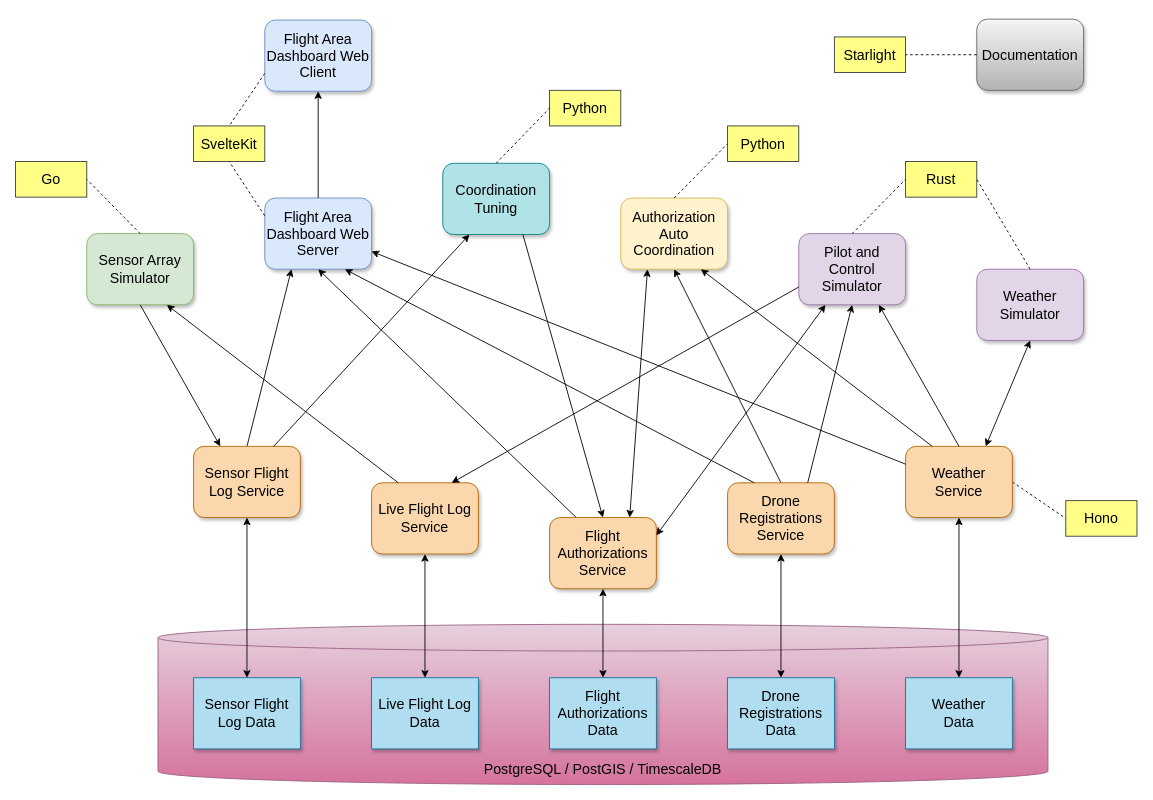
martin-nordberg/utmimic keeps this draw.io diagram as page "Overview" (2 of 3) of documentation/_diagrams/utmimic-architecture.drawio. Above is the earlier version. Source tidied: cells renumbered, new cells numbered last; positions are measured from the earlier drawing's top-left corner, leaving out a move shared by most shapes. Both pictures are drawn from the tidied source at 89%, with x=0, y=0 at pixel (15, 19).
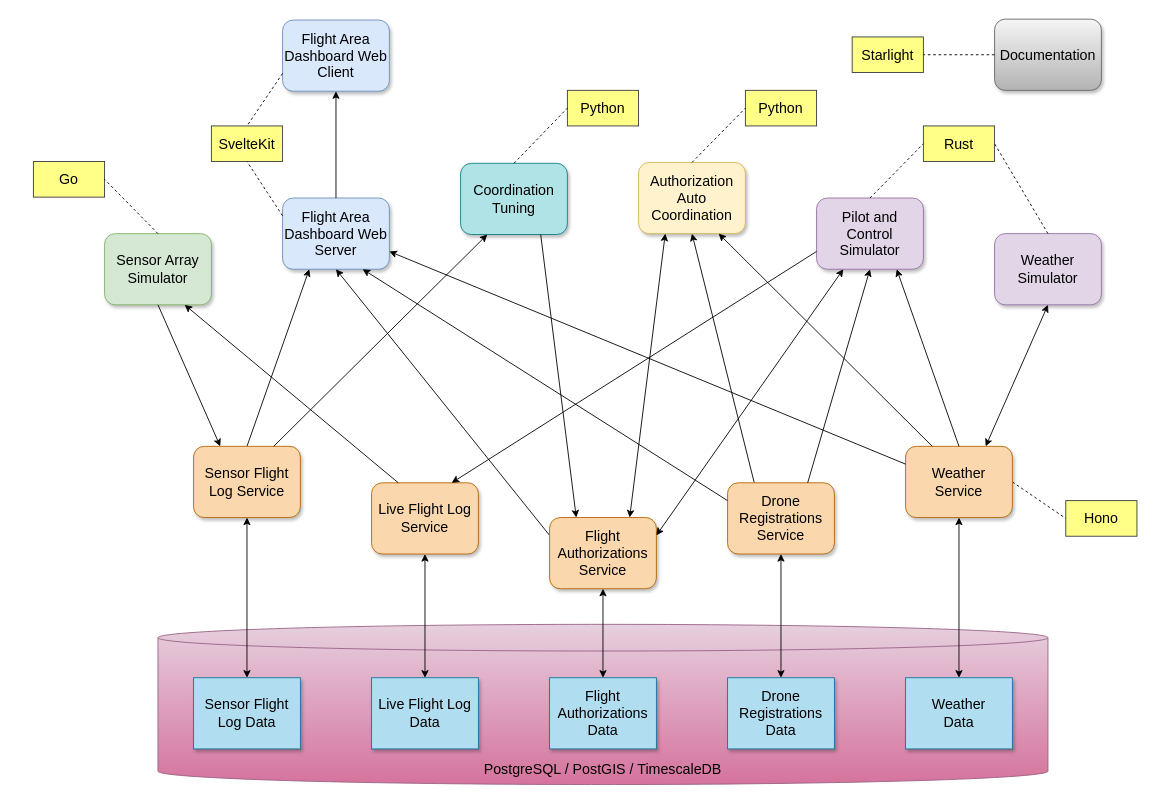
The same page after the edit.

Commit message (it also covers changes not shown here):
Revised overview drawing such that Coordination Tuning depends on web services only.

Unchanged cells that the change refers to:
```xml
<mxCell id="19" value="Flight Authorizations Service" style="rounded=1;whiteSpace=wrap;html=1;fontSize=16;fillColor=#fad7ac;strokeColor=#b46504;glass=0;shadow=1;" parent="1" vertex="1">
  <mxGeometry x="600" y="560" width="120" height="80" as="geometry" />
</mxCell>
<mxCell id="43" value="Drone Registrations Service" style="rounded=1;whiteSpace=wrap;html=1;fontSize=16;fillColor=#fad7ac;strokeColor=#b46504;glass=0;shadow=1;" parent="1" vertex="1">
  <mxGeometry x="800" y="521" width="120" height="80" as="geometry" />
</mxCell>
```

The edit, as a diff of the source:
```diff
@@
-    <mxCell id="2" style="endArrow=classic;html=1;rounded=1;exitX=0.5;exitY=0;exitDx=0;exitDy=0;entryX=0.5;entryY=1;entryDx=0;entryDy=0;curved=0;" parent="1" edge="1" source="43" target="8">
+    <mxCell id="2" style="endArrow=classic;html=1;rounded=1;exitX=0.25;exitY=0;exitDx=0;exitDy=0;entryX=0.5;entryY=1;entryDx=0;entryDy=0;curved=0;" parent="1" edge="1" source="43" target="8">
       <mxGeometry relative="1" as="geometry" />
     </mxCell>
     <mxCell id="3" value="Flight Area Dashboard Web&lt;div&gt;Server&lt;/div&gt;" style="rounded=1;whiteSpace=wrap;html=1;fontSize=16;fillColor=#dae8fc;strokeColor=#6c8ebf;shadow=1;" parent="1" vertex="1">
-      <mxGeometry x="280" y="201" width="120" height="80" as="geometry" />
+      <mxGeometry x="300" y="201" width="120" height="80" as="geometry" />
     </mxCell>
@@
     <mxCell id="8" value="Authorization Auto Coordination" style="rounded=1;whiteSpace=wrap;html=1;fontSize=16;fillColor=#fff2cc;strokeColor=#d6b656;shadow=1;" parent="1" vertex="1">
-      <mxGeometry x="680" y="201" width="120" height="80" as="geometry" />
+      <mxGeometry x="700" y="161" width="120" height="80" as="geometry" />
     </mxCell>
@@
     <mxCell id="11" value="Coordination Tuning" style="rounded=1;whiteSpace=wrap;html=1;fontSize=16;fillColor=#b0e3e6;strokeColor=#0e8088;shadow=1;" parent="1" vertex="1">
-      <mxGeometry x="480" y="162" width="120" height="80" as="geometry" />
+      <mxGeometry x="500" y="162" width="120" height="80" as="geometry" />
     </mxCell>
     <mxCell id="12" value="Flight Area Dashboard Web Client" style="rounded=1;whiteSpace=wrap;html=1;fontSize=16;fillColor=#dae8fc;strokeColor=#6c8ebf;shadow=1;" parent="1" vertex="1">
-      <mxGeometry x="280" y="1" width="120" height="80" as="geometry" />
+      <mxGeometry x="300" y="1" width="120" height="80" as="geometry" />
     </mxCell>
@@
-    <mxCell id="14" style="endArrow=classic;html=1;rounded=1;exitX=0.25;exitY=0;exitDx=0;exitDy=0;entryX=0.5;entryY=1;entryDx=0;entryDy=0;curved=0;" parent="1" edge="1" source="19" target="3">
+    <mxCell id="14" style="endArrow=classic;html=1;rounded=1;exitX=0;exitY=0.25;exitDx=0;exitDy=0;entryX=0.5;entryY=1;entryDx=0;entryDy=0;curved=0;" parent="1" edge="1" source="19" target="3">
       <mxGeometry relative="1" as="geometry" />
     </mxCell>
@@
     <mxCell id="21" value="Sensor Array Simulator" style="rounded=1;whiteSpace=wrap;html=1;fontSize=16;fillColor=#d5e8d4;strokeColor=#82b366;shadow=1;" parent="1" vertex="1">
-      <mxGeometry x="80" y="241" width="120" height="80" as="geometry" />
+      <mxGeometry x="100" y="241" width="120" height="80" as="geometry" />
     </mxCell>
@@
     <mxCell id="24" value="Pilot and Control Simulator" style="rounded=1;whiteSpace=wrap;html=1;fontSize=16;fillColor=#e1d5e7;strokeColor=#9673a6;shadow=1;" parent="1" vertex="1">
-      <mxGeometry x="880" y="241" width="120" height="80" as="geometry" />
+      <mxGeometry x="900" y="201" width="120" height="80" as="geometry" />
     </mxCell>
@@
     <mxCell id="28" value="SvelteKit" style="rounded=0;whiteSpace=wrap;html=1;fontSize=16;fillColor=#ffff88;strokeColor=#36393d;" parent="1" vertex="1">
-      <mxGeometry x="200" y="120" width="80" height="40" as="geometry" />
+      <mxGeometry x="220" y="120" width="80" height="40" as="geometry" />
     </mxCell>
@@
     <mxCell id="30" value="Python" style="rounded=0;whiteSpace=wrap;html=1;fontSize=16;fillColor=#ffff88;strokeColor=#36393d;" parent="1" vertex="1">
-      <mxGeometry x="600" y="80" width="80" height="40" as="geometry" />
+      <mxGeometry x="620" y="80" width="80" height="40" as="geometry" />
     </mxCell>
@@
     <mxCell id="32" value="Python" style="rounded=0;whiteSpace=wrap;html=1;fontSize=16;fillColor=#ffff88;strokeColor=#36393d;" parent="1" vertex="1">
-      <mxGeometry x="800" y="120" width="80" height="40" as="geometry" />
+      <mxGeometry x="820" y="80" width="80" height="40" as="geometry" />
     </mxCell>
@@
     <mxCell id="36" value="Go" style="rounded=0;whiteSpace=wrap;html=1;fontSize=16;fillColor=#ffff88;strokeColor=#36393d;" parent="1" vertex="1">
-      <mxGeometry y="160" width="80" height="40" as="geometry" />
+      <mxGeometry x="20" y="160" width="80" height="40" as="geometry" />
     </mxCell>
@@
     <mxCell id="38" value="Documentation" style="rounded=1;whiteSpace=wrap;html=1;fontSize=16;fillColor=#f5f5f5;strokeColor=#666666;shadow=1;gradientColor=#b3b3b3;" parent="1" vertex="1">
-      <mxGeometry x="1080" width="120" height="80" as="geometry" />
+      <mxGeometry x="1100" width="120" height="80" as="geometry" />
     </mxCell>
     <mxCell id="39" value="Starlight" style="rounded=0;whiteSpace=wrap;html=1;fontSize=16;fillColor=#ffff88;strokeColor=#36393d;" parent="1" vertex="1">
-      <mxGeometry x="920" y="20" width="80" height="40" as="geometry" />
+      <mxGeometry x="940" y="20" width="80" height="40" as="geometry" />
     </mxCell>
@@
     <mxCell id="48" value="Weather Simulator" style="rounded=1;whiteSpace=wrap;html=1;fontSize=16;fillColor=#e1d5e7;strokeColor=#9673a6;shadow=1;" parent="1" vertex="1">
-      <mxGeometry x="1080" y="281" width="120" height="80" as="geometry" />
+      <mxGeometry x="1100" y="241" width="120" height="80" as="geometry" />
     </mxCell>
@@
     <mxCell id="52" value="Rust" style="rounded=0;whiteSpace=wrap;html=1;fontSize=16;fillColor=#ffff88;strokeColor=#36393d;" parent="1" vertex="1">
-      <mxGeometry x="1000" y="160" width="80" height="40" as="geometry" />
+      <mxGeometry x="1020" y="120" width="80" height="40" as="geometry" />
     </mxCell>
@@
-    <mxCell id="54" style="endArrow=classic;html=1;rounded=1;exitX=0.25;exitY=0;exitDx=0;exitDy=0;entryX=0.75;entryY=1;entryDx=0;entryDy=0;curved=0;" parent="1" edge="1" source="43" target="3">
+    <mxCell id="54" style="endArrow=classic;html=1;rounded=1;exitX=0;exitY=0.25;exitDx=0;exitDy=0;entryX=0.75;entryY=1;entryDx=0;entryDy=0;curved=0;" parent="1" edge="1" source="43" target="3">
       <mxGeometry relative="1" as="geometry" />
     </mxCell>
@@
-    <mxCell id="58" style="endArrow=classic;html=1;rounded=0;exitX=0.75;exitY=1;exitDx=0;exitDy=0;startArrow=none;startFill=0;entryX=0.5;entryY=0;entryDx=0;entryDy=0;" parent="1" edge="1" source="11" target="19">
+    <mxCell id="58" style="endArrow=classic;html=1;rounded=0;exitX=0.75;exitY=1;exitDx=0;exitDy=0;startArrow=none;startFill=0;entryX=0.25;entryY=0;entryDx=0;entryDy=0;" parent="1" edge="1" source="11" target="19">
       <mxGeometry relative="1" as="geometry" />
     </mxCell>
```
